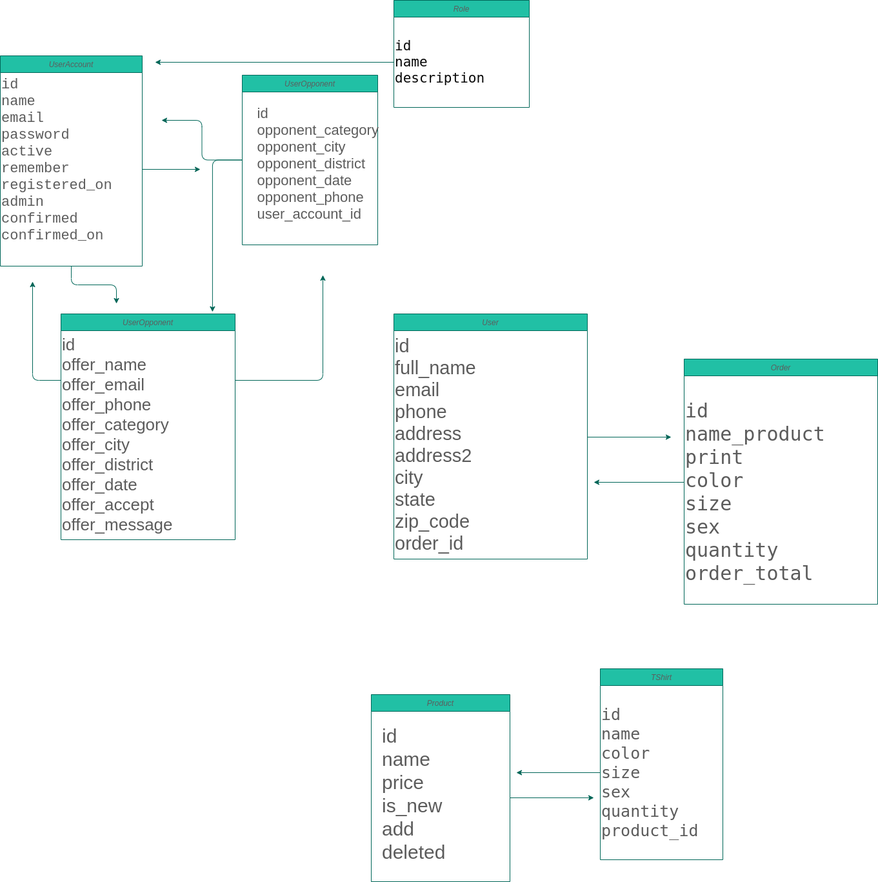
This is Untitled Diagram.png from Alpaca00/squash-opponent, a draw.io export, as it was before one commit. Source tidied: cells renumbered, new cells last; positions are measured from the earlier drawing's top-left corner, leaving out a move shared by most shapes.
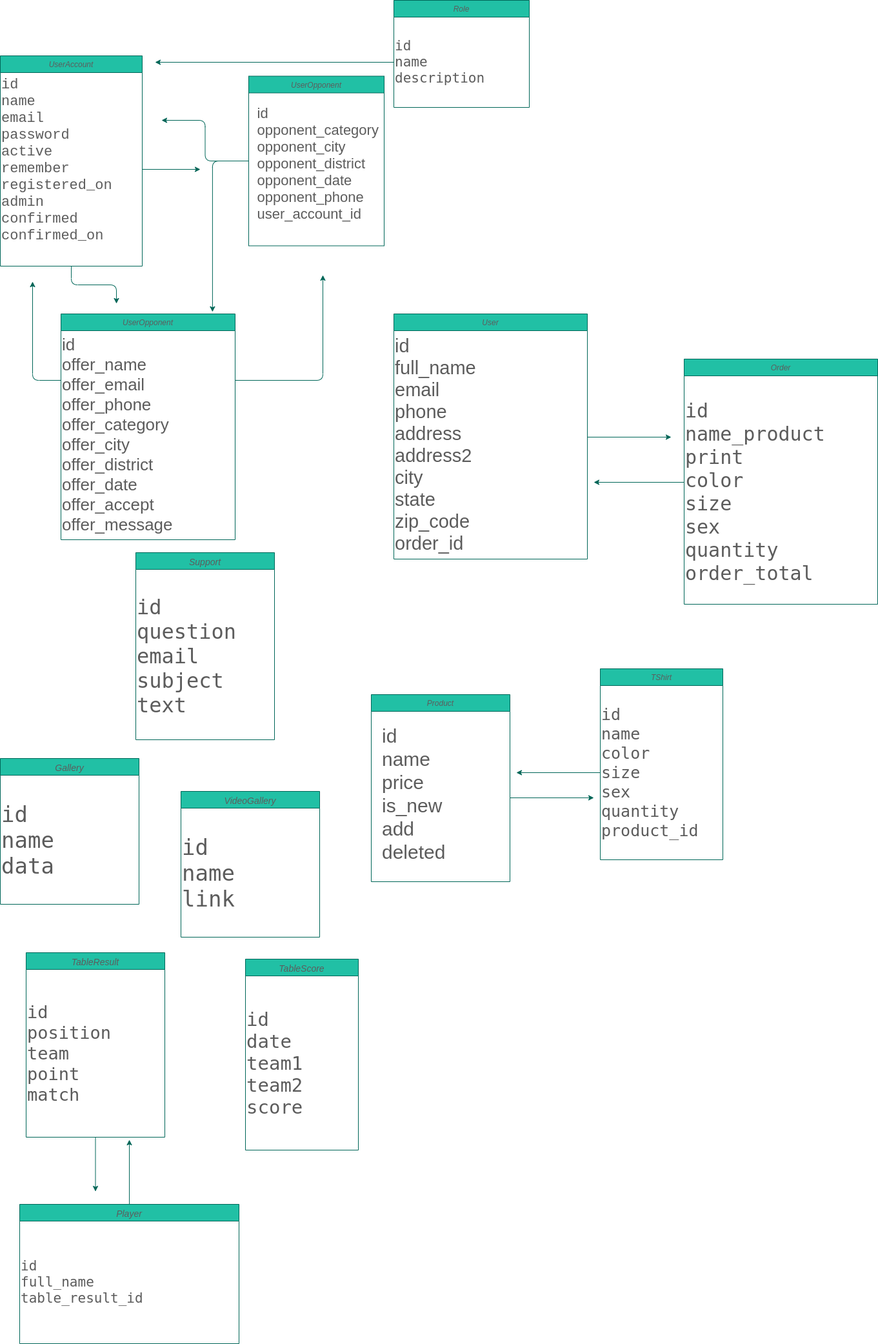
After the commit.

Change to the diagram source:
```diff
@@ -17,7 +17,7 @@
       </mxGeometry>
     </mxCell>
     <mxCell id="6" value="UserOpponent" style="swimlane;fontStyle=2;align=center;verticalAlign=top;horizontal=1;startSize=26;rounded=0;shadow=0;strokeWidth=1;fillColor=#21C0A5;strokeColor=#006658;fontColor=#5C5C5C;" parent="1" vertex="1">
-      <mxGeometry x="375" y="116" width="210" height="263" as="geometry" />
+      <mxGeometry x="385" y="117.5" width="210" height="263" as="geometry" />
     </mxCell>
     <mxCell id="7" value="&lt;div style=&quot;text-align: left ; font-size: 22px&quot;&gt;&lt;font style=&quot;font-size: 22px&quot;&gt;&amp;nbsp; &amp;nbsp; id&lt;/font&gt;&lt;/div&gt;&lt;div style=&quot;text-align: left ; font-size: 22px&quot;&gt;&lt;font style=&quot;font-size: 22px&quot;&gt;&amp;nbsp; &amp;nbsp; opponent_category&lt;/font&gt;&lt;/div&gt;&lt;div style=&quot;text-align: left ; font-size: 22px&quot;&gt;&lt;font style=&quot;font-size: 22px&quot;&gt;&amp;nbsp; &amp;nbsp; opponent_city&lt;/font&gt;&lt;/div&gt;&lt;div style=&quot;text-align: left ; font-size: 22px&quot;&gt;&lt;font style=&quot;font-size: 22px&quot;&gt;&amp;nbsp; &amp;nbsp; opponent_district&lt;/font&gt;&lt;/div&gt;&lt;div style=&quot;text-align: left ; font-size: 22px&quot;&gt;&lt;font style=&quot;font-size: 22px&quot;&gt;&amp;nbsp; &amp;nbsp; opponent_date&lt;/font&gt;&lt;/div&gt;&lt;div style=&quot;text-align: left ; font-size: 22px&quot;&gt;&lt;font style=&quot;font-size: 22px&quot;&gt;&amp;nbsp; &amp;nbsp; opponent_phone&lt;/font&gt;&lt;/div&gt;&lt;div style=&quot;text-align: left ; font-size: 22px&quot;&gt;&lt;font style=&quot;font-size: 22px&quot;&gt;&amp;nbsp; &amp;nbsp; user_account_id&lt;/font&gt;&lt;/div&gt;&lt;div style=&quot;text-align: left ; font-size: 22px&quot;&gt;&lt;font style=&quot;font-size: 22px&quot;&gt;&amp;nbsp;&amp;nbsp;&lt;/font&gt;&lt;/div&gt;&lt;div style=&quot;text-align: left ; font-size: 22px&quot;&gt;&lt;font style=&quot;font-size: 22px&quot;&gt;&amp;nbsp; &amp;nbsp;&lt;/font&gt;&lt;/div&gt;&lt;div style=&quot;text-align: left&quot;&gt;&lt;br&gt;&lt;/div&gt;" style="text;html=1;align=center;verticalAlign=middle;strokeColor=none;fontColor=#5C5C5C;" parent="1" vertex="1">
       <mxGeometry x="365" y="211" width="230" height="150" as="geometry" />
@@ -48,10 +48,10 @@
         <mxPoint x="310" y="262" as="targetPoint" />
       </mxGeometry>
     </mxCell>
-    <mxCell id="14" value="Role" style="swimlane;fontStyle=2;align=center;verticalAlign=top;horizontal=1;startSize=26;rounded=0;shadow=0;strokeWidth=1;fillColor=#21C0A5;strokeColor=#006658;fontColor=#5C5C5C;" parent="1" vertex="1">
+    <mxCell id="14" value="Role" style="swimlane;fontStyle=2;align=center;verticalAlign=top;horizontal=1;startSize=26;rounded=0;shadow=0;strokeWidth=1;fillColor=#21C0A5;strokeColor=#006658;fontColor=#5C5C5C;labelBorderColor=none;" parent="1" vertex="1">
       <mxGeometry x="610" width="210" height="166" as="geometry" />
     </mxCell>
-    <mxCell id="15" value="&lt;pre style=&quot;background-color: rgb(255 , 255 , 255) ; color: rgb(8 , 8 , 8) ; font-family: &amp;#34;jetbrains mono&amp;#34; , monospace ; font-size: 21px&quot;&gt;id&lt;br&gt;name&lt;br&gt;description&lt;/pre&gt;" style="text;html=1;align=left;verticalAlign=middle;points=[];strokeColor=none;fontSize=26;fontColor=#5C5C5C;" parent="14" vertex="1">
+    <mxCell id="15" value="&lt;pre style=&quot;font-family: &amp;quot;jetbrains mono&amp;quot;, monospace; font-size: 21px;&quot;&gt;id&lt;br&gt;name&lt;br&gt;description&lt;/pre&gt;" style="text;html=1;align=left;verticalAlign=middle;points=[];strokeColor=none;fontSize=26;fontColor=#5C5C5C;" parent="14" vertex="1">
       <mxGeometry y="26" width="210" height="140" as="geometry" />
     </mxCell>
     <mxCell id="16" style="edgeStyle=orthogonalEdgeStyle;curved=0;rounded=1;sketch=0;jettySize=auto;html=1;fontSize=26;fontColor=#5C5C5C;strokeColor=#006658;fillColor=#21C0A5;" parent="1" edge="1" source="15">
@@ -103,5 +103,51 @@
         <mxPoint x="800" y="1197" as="targetPoint" />
       </mxGeometry>
     </mxCell>
+    <mxCell id="29" value="Support" style="swimlane;fontStyle=2;align=center;verticalAlign=top;horizontal=1;startSize=26;rounded=0;shadow=0;strokeWidth=1;fillColor=#21C0A5;strokeColor=#006658;fontColor=#5C5C5C;fontSize=14;" parent="1" vertex="1">
+      <mxGeometry x="210" y="856" width="215" height="290" as="geometry" />
+    </mxCell>
+    <mxCell id="30" value="&lt;pre style=&quot;background-color: rgb(255, 255, 255); font-family: &amp;quot;jetbrains mono&amp;quot;, monospace; font-size: 32px;&quot;&gt;id&lt;br style=&quot;font-size: 32px;&quot;&gt;question&lt;br style=&quot;font-size: 32px;&quot;&gt;email&lt;br style=&quot;font-size: 32px;&quot;&gt;subject&lt;br style=&quot;font-size: 32px;&quot;&gt;text&lt;/pre&gt;" style="text;html=1;align=left;verticalAlign=middle;strokeColor=none;fontSize=32;fontColor=#5C5C5C;" parent="1" vertex="1">
+      <mxGeometry x="210" y="886" width="170" height="260" as="geometry" />
+    </mxCell>
+    <mxCell id="31" value="Gallery" style="swimlane;fontStyle=2;align=center;verticalAlign=top;horizontal=1;startSize=26;rounded=0;shadow=0;strokeWidth=1;fillColor=#21C0A5;strokeColor=#006658;fontColor=#5C5C5C;fontSize=14;" parent="1" vertex="1">
+      <mxGeometry y="1175" width="215" height="226" as="geometry" />
+    </mxCell>
+    <mxCell id="32" value="&lt;pre style=&quot;background-color: rgb(255 , 255 , 255) ; font-family: &amp;#34;jetbrains mono&amp;#34; , monospace ; font-size: 34px&quot;&gt;id&lt;br style=&quot;font-size: 34px&quot;&gt;name&lt;br style=&quot;font-size: 34px&quot;&gt;data&lt;/pre&gt;" style="text;html=1;align=left;verticalAlign=middle;strokeColor=none;fontSize=34;fontColor=#5C5C5C;" parent="31" vertex="1">
+      <mxGeometry y="26" width="215" height="200" as="geometry" />
+    </mxCell>
+    <mxCell id="33" value="VideoGallery" style="swimlane;fontStyle=2;align=center;verticalAlign=top;horizontal=1;startSize=26;rounded=0;shadow=0;strokeWidth=1;fillColor=#21C0A5;strokeColor=#006658;fontColor=#5C5C5C;fontSize=14;" parent="1" vertex="1">
+      <mxGeometry x="280" y="1226" width="215" height="226" as="geometry" />
+    </mxCell>
+    <mxCell id="34" value="&lt;pre style=&quot;background-color: rgb(255 , 255 , 255) ; font-family: &amp;#34;jetbrains mono&amp;#34; , monospace ; font-size: 34px&quot;&gt;id&lt;br style=&quot;font-size: 34px&quot;&gt;name&lt;br style=&quot;font-size: 34px&quot;&gt;link&lt;/pre&gt;" style="text;html=1;align=left;verticalAlign=middle;strokeColor=none;fontSize=34;fontColor=#5C5C5C;" parent="33" vertex="1">
+      <mxGeometry y="26" width="215" height="200" as="geometry" />
+    </mxCell>
+    <mxCell id="35" value="TableResult" style="swimlane;fontStyle=2;align=center;verticalAlign=top;horizontal=1;startSize=26;rounded=0;shadow=0;strokeWidth=1;fillColor=#21C0A5;strokeColor=#006658;fontColor=#5C5C5C;fontSize=14;" parent="1" vertex="1">
+      <mxGeometry x="40" y="1476" width="215" height="286" as="geometry" />
+    </mxCell>
+    <mxCell id="36" value="&lt;pre style=&quot;background-color: rgb(255 , 255 , 255) ; font-family: &amp;#34;jetbrains mono&amp;#34; , monospace ; font-size: 27px&quot;&gt;&lt;pre style=&quot;font-family: &amp;#34;jetbrains mono&amp;#34; , monospace&quot;&gt;id&lt;br&gt;position&lt;br&gt;team&lt;br&gt;point&lt;br&gt;match&lt;font color=&quot;#080808&quot;&gt;&lt;br&gt;&lt;/font&gt;&lt;/pre&gt;&lt;/pre&gt;" style="text;html=1;align=left;verticalAlign=middle;points=[];strokeColor=none;fontSize=34;fontColor=#5C5C5C;" parent="35" vertex="1">
+      <mxGeometry y="26" width="215" height="260" as="geometry" />
+    </mxCell>
+    <mxCell id="37" value="TableScore" style="swimlane;fontStyle=2;align=center;verticalAlign=top;horizontal=1;startSize=26;rounded=0;shadow=0;strokeWidth=1;fillColor=#21C0A5;strokeColor=#006658;fontColor=#5C5C5C;fontSize=14;" parent="1" vertex="1">
+      <mxGeometry x="380" y="1486" width="175" height="296" as="geometry" />
+    </mxCell>
+    <mxCell id="38" value="&lt;pre style=&quot;background-color: rgb(255 , 255 , 255) ; font-family: &amp;#34;jetbrains mono&amp;#34; , monospace ; font-size: 27px&quot;&gt;&lt;pre style=&quot;font-family: &amp;#34;jetbrains mono&amp;#34; , monospace ; font-size: 29px&quot;&gt;&lt;pre style=&quot;font-family: &amp;#34;jetbrains mono&amp;#34; , monospace&quot;&gt;id&lt;br&gt;date&lt;br&gt;team1&lt;br&gt;team2&lt;br&gt;score&lt;/pre&gt;&lt;/pre&gt;&lt;/pre&gt;" style="text;html=1;align=left;verticalAlign=middle;strokeColor=none;fontSize=34;fontColor=#5C5C5C;" parent="37" vertex="1">
+      <mxGeometry y="26" width="175" height="270" as="geometry" />
+    </mxCell>
+    <mxCell id="39" style="edgeStyle=orthogonalEdgeStyle;curved=0;rounded=1;sketch=0;jettySize=auto;html=1;fontSize=34;fontColor=#5C5C5C;strokeColor=#006658;fillColor=#21C0A5;" parent="1" edge="1" source="40">
+      <mxGeometry relative="1" as="geometry">
+        <mxPoint x="200" y="1766" as="targetPoint" />
+      </mxGeometry>
+    </mxCell>
+    <mxCell id="40" value="Player" style="swimlane;fontStyle=2;align=center;verticalAlign=top;horizontal=1;startSize=26;rounded=0;shadow=0;strokeWidth=1;fillColor=#21C0A5;strokeColor=#006658;fontColor=#5C5C5C;fontSize=14;" parent="1" vertex="1">
+      <mxGeometry x="30" y="1866" width="340" height="216" as="geometry" />
+    </mxCell>
+    <mxCell id="41" value="&lt;pre style=&quot;background-color: rgb(255 , 255 , 255) ; font-family: &amp;#34;jetbrains mono&amp;#34; , monospace ; font-size: 27px&quot;&gt;&lt;pre style=&quot;font-family: &amp;#34;jetbrains mono&amp;#34; , monospace ; font-size: 29px&quot;&gt;&lt;pre style=&quot;font-family: &amp;#34;jetbrains mono&amp;#34; , monospace ; font-size: 21px&quot;&gt;&lt;pre style=&quot;font-family: &amp;#34;jetbrains mono&amp;#34; , monospace&quot;&gt;id&lt;br&gt;full_name&lt;br&gt;table_result_id&lt;/pre&gt;&lt;/pre&gt;&lt;/pre&gt;&lt;/pre&gt;" style="text;html=1;align=left;verticalAlign=middle;strokeColor=none;fontSize=34;fontColor=#5C5C5C;" parent="40" vertex="1">
+      <mxGeometry y="26" width="340" height="190" as="geometry" />
+    </mxCell>
+    <mxCell id="42" style="edgeStyle=orthogonalEdgeStyle;curved=0;rounded=1;sketch=0;jettySize=auto;html=1;fontSize=34;fontColor=#5C5C5C;strokeColor=#006658;fillColor=#21C0A5;" parent="1" edge="1" source="36">
+      <mxGeometry relative="1" as="geometry">
+        <mxPoint x="147.5" y="1846" as="targetPoint" />
+      </mxGeometry>
+    </mxCell>
   </root>
 </mxGraphModel>
```
